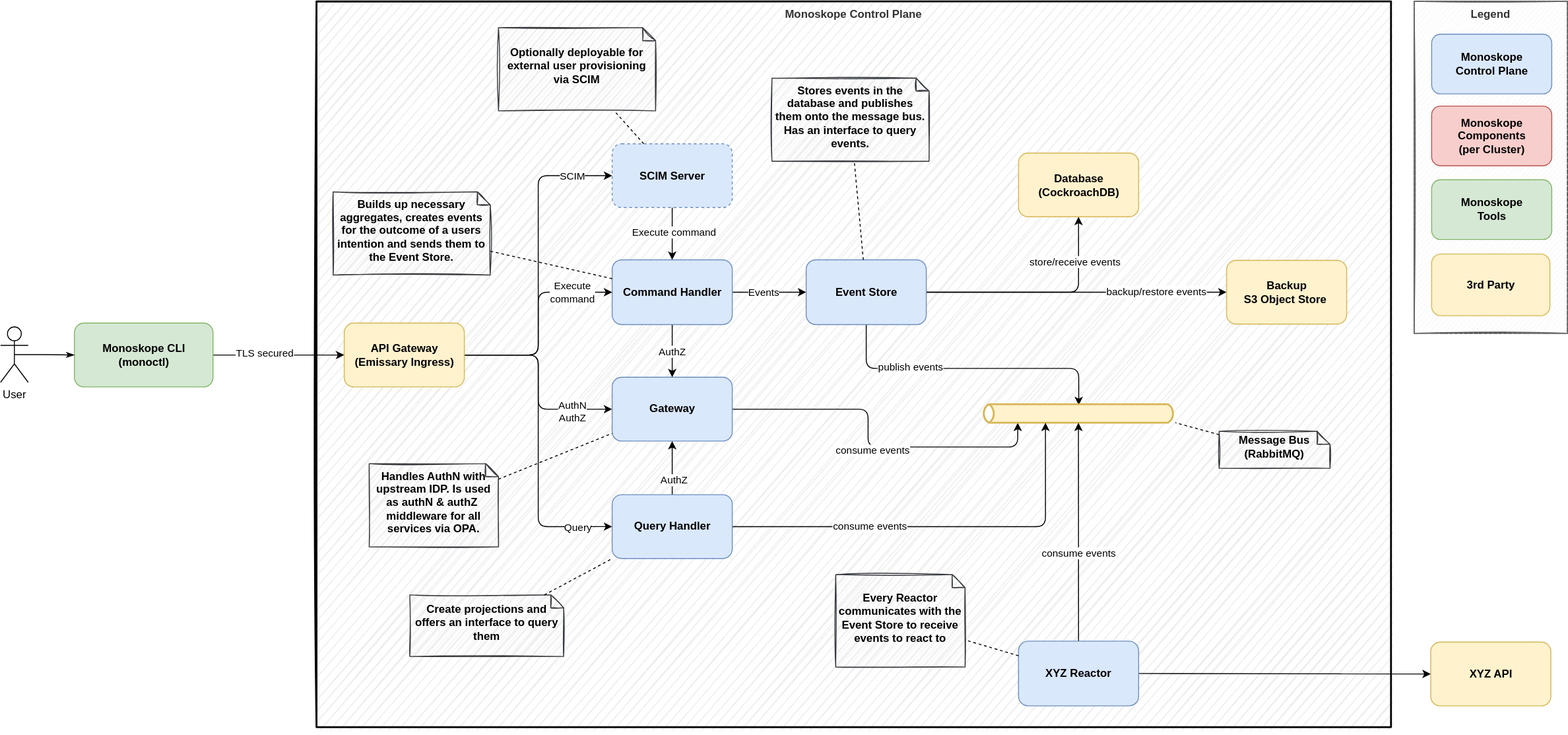
Earlier version of the draw.io export docs/diagrams/00-monoskope-architecture.drawio.svg (finleap-connect/monoskope). Source tidied: cells renumbered, new cells last; positions are measured from the earlier drawing's top-left corner, leaving out a move shared by most shapes.
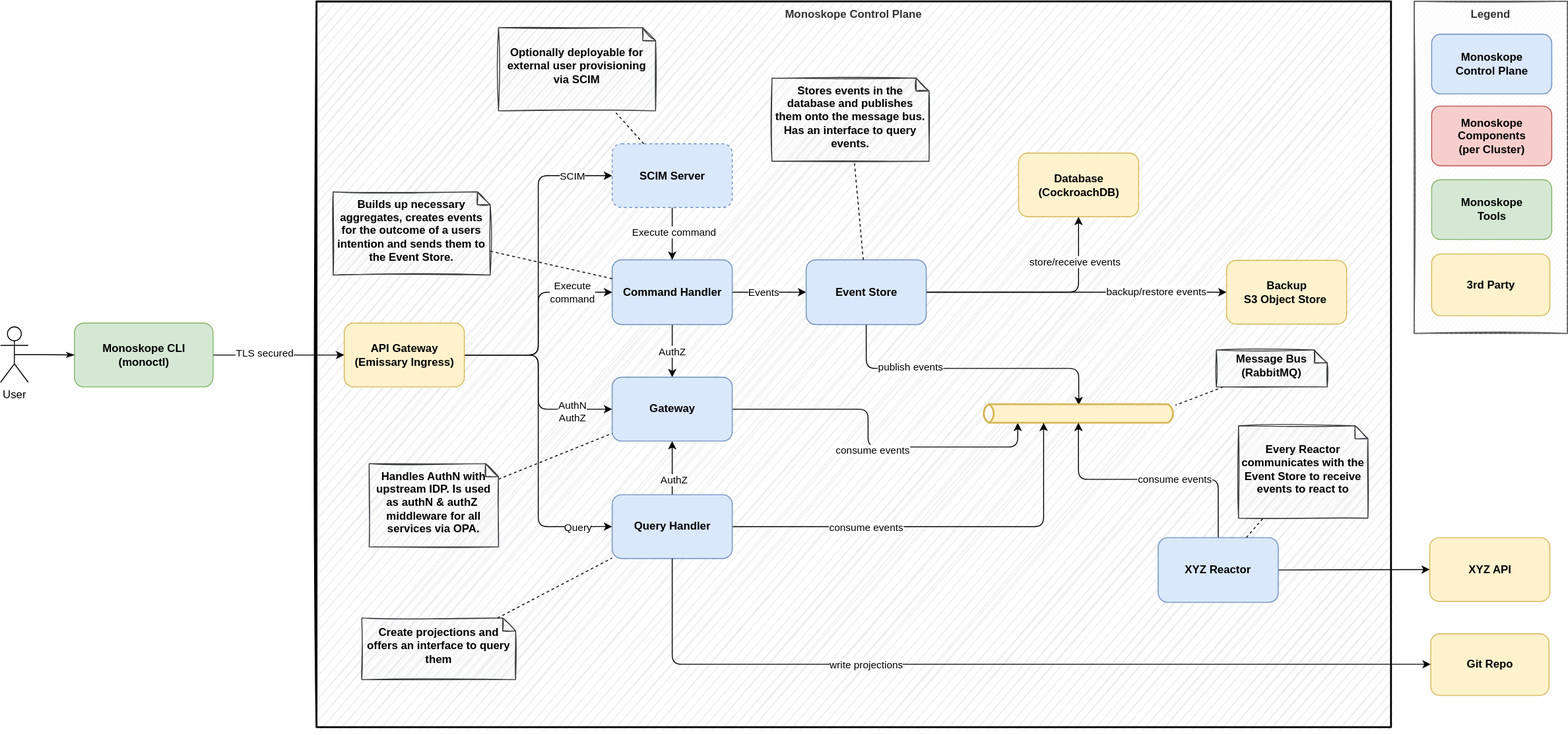
After the commit.

Commit message:
Adjust diagram

Diff of the diagram source:
```diff
@@ -1,4 +1,4 @@
-<mxGraphModel>
+<mxGraphModel background="#ffffff">
   <root>
     <mxCell id="0" />
     <mxCell id="1" parent="0" />
@@ -114,11 +114,8 @@
       <mxGeometry x="1061.7" y="437.5" width="210" height="16.5" as="geometry" />
     </mxCell>
     <mxCell id="28" value="XYZ API" style="html=1;align=center;fillColor=#fff2cc;strokeColor=#d6b656;fontStyle=1;rounded=1;" parent="1" vertex="1">
-      <mxGeometry x="1548" y="693" width="130" height="69" as="geometry" />
+      <mxGeometry x="1547" y="580" width="130" height="69" as="geometry" />
     </mxCell>
-    <mxCell id="29" value="Handles AuthN with upstream IDP. Is used as authN &amp;amp; authZ&amp;nbsp;&lt;br&gt;middleware for all services via OPA." style="shape=note;whiteSpace=wrap;html=1;size=14;verticalAlign=middle;align=center;spacingTop=-6;rounded=1;fontStyle=1;fillColor=#eeeeee;strokeColor=#36393d;sketch=1;" parent="1" vertex="1">
-      <mxGeometry x="399" y="500" width="140" height="90" as="geometry" />
-    </mxCell>
     <mxCell id="30" style="edgeStyle=orthogonalEdgeStyle;shape=connector;rounded=1;jumpStyle=arc;jettySize=auto;html=1;labelBackgroundColor=default;fontFamily=Helvetica;fontSize=11;fontColor=default;endArrow=classic;strokeColor=default;" parent="1" edge="1" source="33" target="27">
       <mxGeometry relative="1" as="geometry" />
     </mxCell>
@@ -131,10 +128,10 @@
       <mxGeometry relative="1" as="geometry" />
     </mxCell>
     <mxCell id="33" value="XYZ Reactor" style="html=1;align=center;fillColor=#dae8fc;strokeColor=#6c8ebf;fontStyle=1;whiteSpace=wrap;rounded=1;" parent="1" vertex="1">
-      <mxGeometry x="1101.8" y="692" width="130" height="70" as="geometry" />
+      <mxGeometry x="1253" y="580" width="130" height="70" as="geometry" />
     </mxCell>
     <mxCell id="34" value="Every Reactor communicates with the Event Store to receive events to react to" style="shape=note;whiteSpace=wrap;html=1;size=14;verticalAlign=middle;align=center;spacingTop=-6;rounded=1;fillColor=#eeeeee;strokeColor=#36393d;fontStyle=1;sketch=1;" parent="1" vertex="1">
-      <mxGeometry x="904" y="620" width="140" height="100" as="geometry" />
+      <mxGeometry x="1340" y="459" width="140" height="100" as="geometry" />
     </mxCell>
     <mxCell id="35" style="jettySize=auto;html=1;endArrow=none;endFill=0;dashed=1;" parent="1" edge="1" source="33" target="34">
       <mxGeometry relative="1" as="geometry" />
@@ -148,12 +145,14 @@
     <mxCell id="38" style="edgeStyle=orthogonalEdgeStyle;shape=connector;rounded=1;jumpStyle=arc;jettySize=auto;html=1;labelBackgroundColor=default;fontFamily=Helvetica;fontSize=11;fontColor=default;endArrow=classic;strokeColor=default;" parent="1" edge="1" source="40" target="27">
       <mxGeometry relative="1" as="geometry">
         <Array as="points">
-          <mxPoint x="1131" y="568" />
+          <mxPoint x="1129" y="568" />
         </Array>
       </mxGeometry>
     </mxCell>
     <mxCell id="39" value="consume events" style="edgeLabel;html=1;align=center;verticalAlign=middle;" parent="38" vertex="1">
-      <mxGeometry x="-0.35" y="1" relative="1" as="geometry" />
+      <mxGeometry x="-0.38" y="-2" relative="1" as="geometry">
+        <mxPoint x="5" y="-2" as="offset" />
+      </mxGeometry>
     </mxCell>
     <mxCell id="40" value="Query Handler" style="html=1;align=center;fillColor=#dae8fc;strokeColor=#6c8ebf;fontStyle=1;rounded=1;" parent="1" vertex="1">
       <mxGeometry x="662" y="533.6" width="130" height="69" as="geometry" />
@@ -161,9 +160,6 @@
     <mxCell id="41" value="Database&lt;br&gt;(CockroachDB)" style="html=1;align=center;fillColor=#fff2cc;strokeColor=#d6b656;fontStyle=1;rounded=1;" parent="1" vertex="1">
       <mxGeometry x="1101.8" y="164" width="130" height="69" as="geometry" />
     </mxCell>
-    <mxCell id="42" value="Create projections and offers an interface to query them" style="shape=note;whiteSpace=wrap;html=1;size=14;verticalAlign=middle;align=center;spacingTop=-6;rounded=1;fillColor=#eeeeee;strokeColor=#36393d;fontStyle=1;sketch=1;" parent="1" vertex="1">
-      <mxGeometry x="443" y="642" width="166.5" height="66.6" as="geometry" />
-    </mxCell>
     <mxCell id="43" style="jettySize=auto;html=1;endArrow=none;endFill=0;dashed=1;" parent="1" edge="1" source="42" target="40">
       <mxGeometry relative="1" as="geometry" />
     </mxCell>
@@ -260,7 +256,7 @@
       <mxGeometry x="662" y="154" width="130" height="69" as="geometry" />
     </mxCell>
     <mxCell id="72" value="Message Bus&lt;br&gt;&lt;div&gt;(RabbitMQ)&lt;/div&gt;" style="shape=note;whiteSpace=wrap;html=1;size=14;verticalAlign=middle;align=center;spacingTop=-6;rounded=1;fillColor=#eeeeee;strokeColor=#36393d;fontStyle=1;sketch=1;" parent="1" vertex="1">
-      <mxGeometry x="1319" y="465" width="120" height="40" as="geometry" />
+      <mxGeometry x="1316" y="377" width="120" height="40" as="geometry" />
     </mxCell>
     <mxCell id="73" value="Optionally deployable for external user provisioning via SCIM" style="shape=note;whiteSpace=wrap;html=1;size=14;verticalAlign=middle;align=center;spacingTop=-6;rounded=1;fillColor=#eeeeee;strokeColor=#36393d;fontStyle=1;sketch=1;" parent="1" vertex="1">
       <mxGeometry x="539" y="28.4" width="170" height="90" as="geometry" />
@@ -274,5 +270,26 @@
     <mxCell id="76" style="jettySize=auto;html=1;endArrow=none;endFill=0;dashed=1;" parent="1" edge="1" source="29" target="8">
       <mxGeometry relative="1" as="geometry" />
     </mxCell>
+    <mxCell id="77" value="Git Repo" style="html=1;align=center;fillColor=#fff2cc;strokeColor=#d6b656;fontStyle=1;rounded=1;" parent="1" vertex="1">
+      <mxGeometry x="1548" y="684" width="128" height="66.8" as="geometry" />
+    </mxCell>
+    <mxCell id="78" style="edgeStyle=orthogonalEdgeStyle;shape=connector;rounded=1;jumpStyle=arc;jettySize=auto;html=1;labelBackgroundColor=default;fontFamily=Helvetica;fontSize=11;fontColor=default;endArrow=classic;strokeColor=default;" parent="1" edge="1" source="40" target="77">
+      <mxGeometry relative="1" as="geometry">
+        <Array as="points">
+          <mxPoint x="727" y="717" />
+        </Array>
+      </mxGeometry>
+    </mxCell>
+    <mxCell id="79" value="write projections" style="edgeLabel;html=1;align=center;verticalAlign=middle;" parent="78" vertex="1">
+      <mxGeometry x="-0.38" y="-2" relative="1" as="geometry">
+        <mxPoint x="34" y="-2" as="offset" />
+      </mxGeometry>
+    </mxCell>
+    <mxCell id="29" value="Handles AuthN with upstream IDP. Is used as authN &amp;amp; authZ&amp;nbsp;&lt;br&gt;middleware for all services via OPA." style="shape=note;whiteSpace=wrap;html=1;size=14;verticalAlign=middle;align=center;spacingTop=-6;rounded=1;fontStyle=1;fillColor=#eeeeee;strokeColor=#36393d;sketch=1;" parent="1" vertex="1">
+      <mxGeometry x="399" y="500" width="140" height="90" as="geometry" />
+    </mxCell>
+    <mxCell id="42" value="Create projections and offers an interface to query them" style="shape=note;whiteSpace=wrap;html=1;size=14;verticalAlign=middle;align=center;spacingTop=-6;rounded=1;fillColor=#eeeeee;strokeColor=#36393d;fontStyle=1;sketch=1;" parent="1" vertex="1">
+      <mxGeometry x="391" y="667" width="166.5" height="66.6" as="geometry" />
+    </mxCell>
   </root>
 </mxGraphModel>
```
